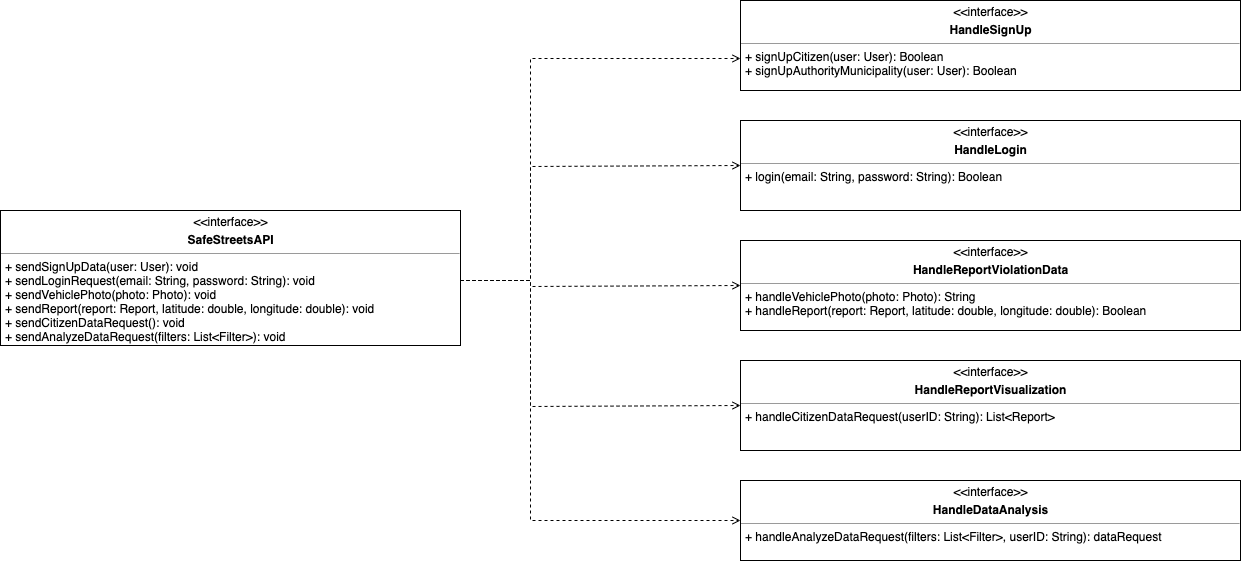
Above: Documentation/DD/Images/CitizenComponentInterfaces.png in AndreaFalanti/FalantiHuang-SwEngineering2 (draw.io), before the change. Source tidied: cells renumbered, new cells last; positions are measured from the earlier drawing's top-left corner, leaving out a move shared by most shapes. Source of this version:
```xml
<mxGraphModel background="#ffffff">
  <root>
    <mxCell id="0" />
    <mxCell id="1" parent="0" />
    <mxCell id="2" style="edgeStyle=orthogonalEdgeStyle;rounded=0;jettySize=auto;html=1;entryX=0;entryY=0.648;entryDx=0;entryDy=0;entryPerimeter=0;dashed=1;endArrow=open;endFill=0;" parent="1" edge="1" source="7" target="11">
      <mxGeometry relative="1" as="geometry">
        <Array as="points">
          <mxPoint x="530" y="280" />
          <mxPoint x="530" y="58" />
        </Array>
      </mxGeometry>
    </mxCell>
    <mxCell id="3" style="edgeStyle=orthogonalEdgeStyle;rounded=0;jettySize=auto;html=1;entryX=0;entryY=0.5;entryDx=0;entryDy=0;dashed=1;endArrow=open;endFill=0;" parent="1" edge="1" source="7" target="12">
      <mxGeometry relative="1" as="geometry">
        <Array as="points">
          <mxPoint x="530" y="280" />
          <mxPoint x="530" y="166" />
        </Array>
      </mxGeometry>
    </mxCell>
    <mxCell id="4" style="edgeStyle=orthogonalEdgeStyle;rounded=0;jettySize=auto;html=1;entryX=0;entryY=0.5;entryDx=0;entryDy=0;dashed=1;endArrow=open;endFill=0;" parent="1" edge="1" source="7" target="13">
      <mxGeometry relative="1" as="geometry">
        <Array as="points">
          <mxPoint x="530" y="280" />
          <mxPoint x="530" y="286" />
        </Array>
      </mxGeometry>
    </mxCell>
    <mxCell id="5" style="edgeStyle=orthogonalEdgeStyle;rounded=0;jettySize=auto;html=1;entryX=0;entryY=0.5;entryDx=0;entryDy=0;dashed=1;endArrow=open;endFill=0;" parent="1" edge="1" source="7" target="8">
      <mxGeometry relative="1" as="geometry">
        <Array as="points">
          <mxPoint x="530" y="280" />
          <mxPoint x="530" y="406" />
        </Array>
      </mxGeometry>
    </mxCell>
    <mxCell id="6" style="edgeStyle=orthogonalEdgeStyle;rounded=0;jettySize=auto;html=1;entryX=0;entryY=0.5;entryDx=0;entryDy=0;dashed=1;endArrow=open;endFill=0;" parent="1" edge="1" source="7" target="9">
      <mxGeometry relative="1" as="geometry">
        <Array as="points">
          <mxPoint x="530" y="280" />
          <mxPoint x="530" y="520" />
        </Array>
      </mxGeometry>
    </mxCell>
    <mxCell id="7" value="&lt;p style=&quot;margin: 4px 0px 0px ; text-align: center&quot;&gt;&amp;lt;&amp;lt;interface&amp;gt;&amp;gt;&lt;/p&gt;&lt;p style=&quot;margin: 4px 0px 0px ; text-align: center&quot;&gt;&lt;b&gt;SafeStreetsAPI&lt;/b&gt;&lt;/p&gt;&lt;hr size=&quot;1&quot;&gt;&lt;p style=&quot;margin: 0px ; margin-left: 4px&quot;&gt;&lt;span&gt;+ sendSignUpData(user: User): void&lt;/span&gt;&lt;/p&gt;&lt;p style=&quot;margin: 0px ; margin-left: 4px&quot;&gt;&lt;span&gt;+ sendLoginRequest(email: String, password: String): void&lt;/span&gt;&lt;/p&gt;&lt;p style=&quot;margin: 0px ; margin-left: 4px&quot;&gt;&lt;span&gt;+ sendVehiclePhoto(photo: Photo): void&lt;/span&gt;&lt;/p&gt;&lt;p style=&quot;margin: 0px ; margin-left: 4px&quot;&gt;+ sendReport(report: Report, latitude: double, longitude: double): void&lt;/p&gt;&lt;p style=&quot;margin: 0px ; margin-left: 4px&quot;&gt;+ sendCitizenDataRequest(): void&lt;/p&gt;&lt;p style=&quot;margin: 0px ; margin-left: 4px&quot;&gt;+ sendAnalyzeDataRequest(filters: List&amp;lt;Filter&amp;gt;): void&lt;/p&gt;" style="verticalAlign=top;align=left;overflow=fill;fontSize=12;fontFamily=Helvetica;html=1;" parent="1" vertex="1">
      <mxGeometry y="210" width="460" height="135" as="geometry" />
    </mxCell>
    <mxCell id="8" value="&lt;p style=&quot;margin: 4px 0px 0px ; text-align: center&quot;&gt;&amp;lt;&amp;lt;interface&amp;gt;&amp;gt;&lt;/p&gt;&lt;p style=&quot;margin: 4px 0px 0px ; text-align: center&quot;&gt;&lt;b&gt;HandleReportVisualization&lt;/b&gt;&lt;/p&gt;&lt;hr size=&quot;1&quot;&gt;&lt;p style=&quot;margin: 0px ; margin-left: 4px&quot;&gt;&lt;span&gt;+ handleCitizenDataRequest(userID: String): List&amp;lt;Report&amp;gt;&lt;/span&gt;&lt;/p&gt;" style="verticalAlign=top;align=left;overflow=fill;fontSize=12;fontFamily=Helvetica;html=1;" parent="1" vertex="1">
      <mxGeometry x="740" y="360" width="500" height="90" as="geometry" />
    </mxCell>
    <mxCell id="9" value="&lt;p style=&quot;margin: 4px 0px 0px ; text-align: center&quot;&gt;&amp;lt;&amp;lt;interface&amp;gt;&amp;gt;&lt;/p&gt;&lt;p style=&quot;margin: 4px 0px 0px ; text-align: center&quot;&gt;&lt;b&gt;HandleDataAnalysis&lt;/b&gt;&lt;/p&gt;&lt;hr size=&quot;1&quot;&gt;&lt;p style=&quot;margin: 0px 0px 0px 4px&quot;&gt;+ handleAnalyzeDataRequest(filters: List&amp;lt;Filter&amp;gt;, userID: String): dataRequest&lt;/p&gt;&lt;p style=&quot;margin: 0px ; margin-left: 4px&quot;&gt;&lt;br&gt;&lt;/p&gt;" style="verticalAlign=top;align=left;overflow=fill;fontSize=12;fontFamily=Helvetica;html=1;" parent="1" vertex="1">
      <mxGeometry x="740" y="480" width="500" height="80" as="geometry" />
    </mxCell>
    <mxCell id="10" style="group;" parent="1" vertex="1">
      <mxGeometry x="740" width="500" height="330" as="geometry" />
    </mxCell>
    <mxCell id="11" value="&lt;p style=&quot;margin: 4px 0px 0px ; text-align: center&quot;&gt;&amp;lt;&amp;lt;interface&amp;gt;&amp;gt;&lt;/p&gt;&lt;p style=&quot;margin: 4px 0px 0px ; text-align: center&quot;&gt;&lt;b&gt;HandleSignUp&lt;/b&gt;&lt;/p&gt;&lt;hr size=&quot;1&quot;&gt;&lt;p style=&quot;margin: 0px ; margin-left: 4px&quot;&gt;&lt;span&gt;+ signUpCitizen(user: User): Boolean&lt;/span&gt;&lt;/p&gt;&lt;p style=&quot;margin: 0px ; margin-left: 4px&quot;&gt;+ signUpAuthorityMunicipality(user: User): Boolean&lt;/p&gt;" style="verticalAlign=top;align=left;overflow=fill;fontSize=12;fontFamily=Helvetica;html=1;" parent="10" vertex="1">
      <mxGeometry width="500" height="90" as="geometry" />
    </mxCell>
    <mxCell id="12" value="&lt;p style=&quot;margin: 4px 0px 0px ; text-align: center&quot;&gt;&amp;lt;&amp;lt;interface&amp;gt;&amp;gt;&lt;/p&gt;&lt;p style=&quot;margin: 4px 0px 0px ; text-align: center&quot;&gt;&lt;b&gt;HandleLogin&lt;/b&gt;&lt;/p&gt;&lt;hr size=&quot;1&quot;&gt;&lt;p style=&quot;margin: 0px ; margin-left: 4px&quot;&gt;+ login(email: String, password: String): Boolean&lt;/p&gt;" style="verticalAlign=top;align=left;overflow=fill;fontSize=12;fontFamily=Helvetica;html=1;" parent="10" vertex="1">
      <mxGeometry y="120" width="500" height="90" as="geometry" />
    </mxCell>
    <mxCell id="13" value="&lt;p style=&quot;margin: 4px 0px 0px ; text-align: center&quot;&gt;&amp;lt;&amp;lt;interface&amp;gt;&amp;gt;&lt;/p&gt;&lt;p style=&quot;margin: 4px 0px 0px ; text-align: center&quot;&gt;&lt;font style=&quot;font-size: 12px&quot;&gt;&lt;span style=&quot;white-space: normal&quot;&gt;&lt;b&gt;HandleReportViolationData&lt;/b&gt;&lt;/span&gt;&lt;br&gt;&lt;/font&gt;&lt;/p&gt;&lt;hr size=&quot;1&quot;&gt;&lt;p style=&quot;margin: 0px ; margin-left: 4px&quot;&gt;&lt;span&gt;+ handleVehiclePhoto(photo: Photo): String&lt;/span&gt;&lt;/p&gt;&lt;p style=&quot;margin: 0px ; margin-left: 4px&quot;&gt;+ handleReport(report: Report, latitude: double, longitude: double): Boolean&lt;/p&gt;" style="verticalAlign=top;align=left;overflow=fill;fontSize=12;fontFamily=Helvetica;html=1;" parent="10" vertex="1">
      <mxGeometry y="240" width="500" height="90" as="geometry" />
    </mxCell>
  </root>
</mxGraphModel>
```
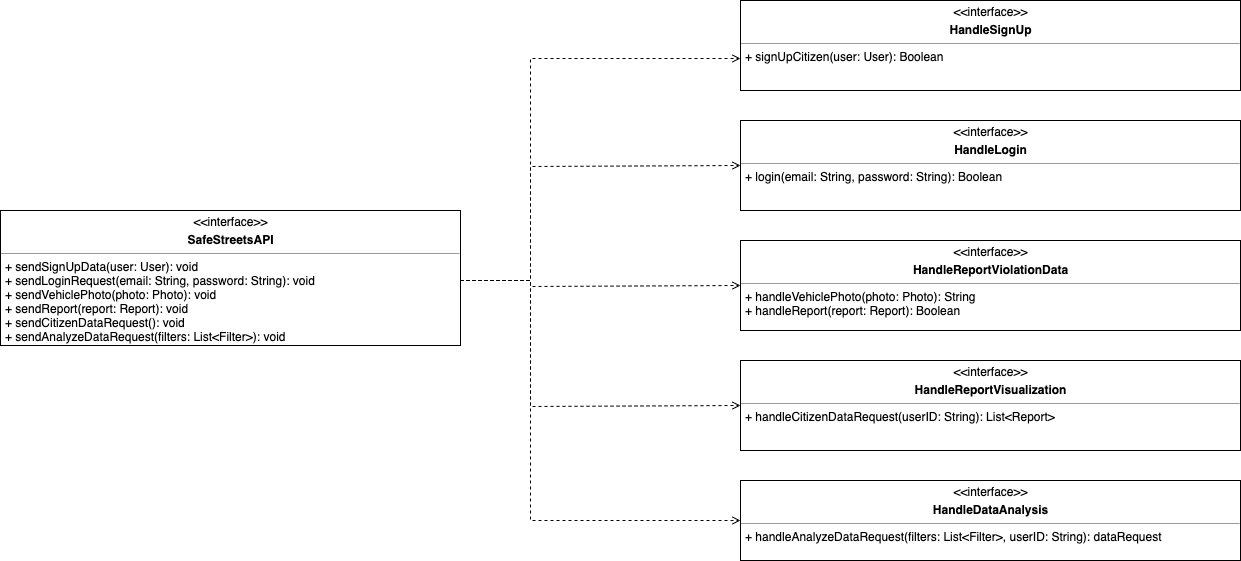
The same file after the commit.

Diff of the diagram source:
```diff
@@ -42,7 +42,7 @@
         </Array>
       </mxGeometry>
     </mxCell>
-    <mxCell id="7" value="&lt;p style=&quot;margin: 4px 0px 0px ; text-align: center&quot;&gt;&amp;lt;&amp;lt;interface&amp;gt;&amp;gt;&lt;/p&gt;&lt;p style=&quot;margin: 4px 0px 0px ; text-align: center&quot;&gt;&lt;b&gt;SafeStreetsAPI&lt;/b&gt;&lt;/p&gt;&lt;hr size=&quot;1&quot;&gt;&lt;p style=&quot;margin: 0px ; margin-left: 4px&quot;&gt;&lt;span&gt;+ sendSignUpData(user: User): void&lt;/span&gt;&lt;/p&gt;&lt;p style=&quot;margin: 0px ; margin-left: 4px&quot;&gt;&lt;span&gt;+ sendLoginRequest(email: String, password: String): void&lt;/span&gt;&lt;/p&gt;&lt;p style=&quot;margin: 0px ; margin-left: 4px&quot;&gt;&lt;span&gt;+ sendVehiclePhoto(photo: Photo): void&lt;/span&gt;&lt;/p&gt;&lt;p style=&quot;margin: 0px ; margin-left: 4px&quot;&gt;+ sendReport(report: Report, latitude: double, longitude: double): void&lt;/p&gt;&lt;p style=&quot;margin: 0px ; margin-left: 4px&quot;&gt;+ sendCitizenDataRequest(): void&lt;/p&gt;&lt;p style=&quot;margin: 0px ; margin-left: 4px&quot;&gt;+ sendAnalyzeDataRequest(filters: List&amp;lt;Filter&amp;gt;): void&lt;/p&gt;" style="verticalAlign=top;align=left;overflow=fill;fontSize=12;fontFamily=Helvetica;html=1;" parent="1" vertex="1">
+    <mxCell id="7" value="&lt;p style=&quot;margin: 4px 0px 0px ; text-align: center&quot;&gt;&amp;lt;&amp;lt;interface&amp;gt;&amp;gt;&lt;/p&gt;&lt;p style=&quot;margin: 4px 0px 0px ; text-align: center&quot;&gt;&lt;b&gt;SafeStreetsAPI&lt;/b&gt;&lt;/p&gt;&lt;hr size=&quot;1&quot;&gt;&lt;p style=&quot;margin: 0px ; margin-left: 4px&quot;&gt;&lt;span&gt;+ sendSignUpData(user: User): void&lt;/span&gt;&lt;/p&gt;&lt;p style=&quot;margin: 0px ; margin-left: 4px&quot;&gt;&lt;span&gt;+ sendLoginRequest(email: String, password: String): void&lt;/span&gt;&lt;/p&gt;&lt;p style=&quot;margin: 0px ; margin-left: 4px&quot;&gt;&lt;span&gt;+ sendVehiclePhoto(photo: Photo): void&lt;/span&gt;&lt;/p&gt;&lt;p style=&quot;margin: 0px ; margin-left: 4px&quot;&gt;+ sendReport(report: Report): void&lt;/p&gt;&lt;p style=&quot;margin: 0px ; margin-left: 4px&quot;&gt;+ sendCitizenDataRequest(): void&lt;/p&gt;&lt;p style=&quot;margin: 0px ; margin-left: 4px&quot;&gt;+ sendAnalyzeDataRequest(filters: List&amp;lt;Filter&amp;gt;): void&lt;/p&gt;" style="verticalAlign=top;align=left;overflow=fill;fontSize=12;fontFamily=Helvetica;html=1;" parent="1" vertex="1">
       <mxGeometry y="210" width="460" height="135" as="geometry" />
     </mxCell>
     <mxCell id="8" value="&lt;p style=&quot;margin: 4px 0px 0px ; text-align: center&quot;&gt;&amp;lt;&amp;lt;interface&amp;gt;&amp;gt;&lt;/p&gt;&lt;p style=&quot;margin: 4px 0px 0px ; text-align: center&quot;&gt;&lt;b&gt;HandleReportVisualization&lt;/b&gt;&lt;/p&gt;&lt;hr size=&quot;1&quot;&gt;&lt;p style=&quot;margin: 0px ; margin-left: 4px&quot;&gt;&lt;span&gt;+ handleCitizenDataRequest(userID: String): List&amp;lt;Report&amp;gt;&lt;/span&gt;&lt;/p&gt;" style="verticalAlign=top;align=left;overflow=fill;fontSize=12;fontFamily=Helvetica;html=1;" parent="1" vertex="1">
@@ -54,13 +54,13 @@
     <mxCell id="10" style="group;" parent="1" vertex="1">
       <mxGeometry x="740" width="500" height="330" as="geometry" />
     </mxCell>
-    <mxCell id="11" value="&lt;p style=&quot;margin: 4px 0px 0px ; text-align: center&quot;&gt;&amp;lt;&amp;lt;interface&amp;gt;&amp;gt;&lt;/p&gt;&lt;p style=&quot;margin: 4px 0px 0px ; text-align: center&quot;&gt;&lt;b&gt;HandleSignUp&lt;/b&gt;&lt;/p&gt;&lt;hr size=&quot;1&quot;&gt;&lt;p style=&quot;margin: 0px ; margin-left: 4px&quot;&gt;&lt;span&gt;+ signUpCitizen(user: User): Boolean&lt;/span&gt;&lt;/p&gt;&lt;p style=&quot;margin: 0px ; margin-left: 4px&quot;&gt;+ signUpAuthorityMunicipality(user: User): Boolean&lt;/p&gt;" style="verticalAlign=top;align=left;overflow=fill;fontSize=12;fontFamily=Helvetica;html=1;" parent="10" vertex="1">
+    <mxCell id="11" value="&lt;p style=&quot;margin: 4px 0px 0px ; text-align: center&quot;&gt;&amp;lt;&amp;lt;interface&amp;gt;&amp;gt;&lt;/p&gt;&lt;p style=&quot;margin: 4px 0px 0px ; text-align: center&quot;&gt;&lt;b&gt;HandleSignUp&lt;/b&gt;&lt;/p&gt;&lt;hr size=&quot;1&quot;&gt;&lt;p style=&quot;margin: 0px ; margin-left: 4px&quot;&gt;&lt;span&gt;+ signUpCitizen(user: User): Boolean&lt;/span&gt;&lt;/p&gt;" style="verticalAlign=top;align=left;overflow=fill;fontSize=12;fontFamily=Helvetica;html=1;" parent="10" vertex="1">
       <mxGeometry width="500" height="90" as="geometry" />
     </mxCell>
     <mxCell id="12" value="&lt;p style=&quot;margin: 4px 0px 0px ; text-align: center&quot;&gt;&amp;lt;&amp;lt;interface&amp;gt;&amp;gt;&lt;/p&gt;&lt;p style=&quot;margin: 4px 0px 0px ; text-align: center&quot;&gt;&lt;b&gt;HandleLogin&lt;/b&gt;&lt;/p&gt;&lt;hr size=&quot;1&quot;&gt;&lt;p style=&quot;margin: 0px ; margin-left: 4px&quot;&gt;+ login(email: String, password: String): Boolean&lt;/p&gt;" style="verticalAlign=top;align=left;overflow=fill;fontSize=12;fontFamily=Helvetica;html=1;" parent="10" vertex="1">
       <mxGeometry y="120" width="500" height="90" as="geometry" />
     </mxCell>
-    <mxCell id="13" value="&lt;p style=&quot;margin: 4px 0px 0px ; text-align: center&quot;&gt;&amp;lt;&amp;lt;interface&amp;gt;&amp;gt;&lt;/p&gt;&lt;p style=&quot;margin: 4px 0px 0px ; text-align: center&quot;&gt;&lt;font style=&quot;font-size: 12px&quot;&gt;&lt;span style=&quot;white-space: normal&quot;&gt;&lt;b&gt;HandleReportViolationData&lt;/b&gt;&lt;/span&gt;&lt;br&gt;&lt;/font&gt;&lt;/p&gt;&lt;hr size=&quot;1&quot;&gt;&lt;p style=&quot;margin: 0px ; margin-left: 4px&quot;&gt;&lt;span&gt;+ handleVehiclePhoto(photo: Photo): String&lt;/span&gt;&lt;/p&gt;&lt;p style=&quot;margin: 0px ; margin-left: 4px&quot;&gt;+ handleReport(report: Report, latitude: double, longitude: double): Boolean&lt;/p&gt;" style="verticalAlign=top;align=left;overflow=fill;fontSize=12;fontFamily=Helvetica;html=1;" parent="10" vertex="1">
+    <mxCell id="13" value="&lt;p style=&quot;margin: 4px 0px 0px ; text-align: center&quot;&gt;&amp;lt;&amp;lt;interface&amp;gt;&amp;gt;&lt;/p&gt;&lt;p style=&quot;margin: 4px 0px 0px ; text-align: center&quot;&gt;&lt;font style=&quot;font-size: 12px&quot;&gt;&lt;span style=&quot;white-space: normal&quot;&gt;&lt;b&gt;HandleReportViolationData&lt;/b&gt;&lt;/span&gt;&lt;br&gt;&lt;/font&gt;&lt;/p&gt;&lt;hr size=&quot;1&quot;&gt;&lt;p style=&quot;margin: 0px ; margin-left: 4px&quot;&gt;&lt;span&gt;+ handleVehiclePhoto(photo: Photo): String&lt;/span&gt;&lt;/p&gt;&lt;p style=&quot;margin: 0px ; margin-left: 4px&quot;&gt;+ handleReport(report: Report): Boolean&lt;/p&gt;" style="verticalAlign=top;align=left;overflow=fill;fontSize=12;fontFamily=Helvetica;html=1;" parent="10" vertex="1">
       <mxGeometry y="240" width="500" height="90" as="geometry" />
     </mxCell>
   </root>
```
